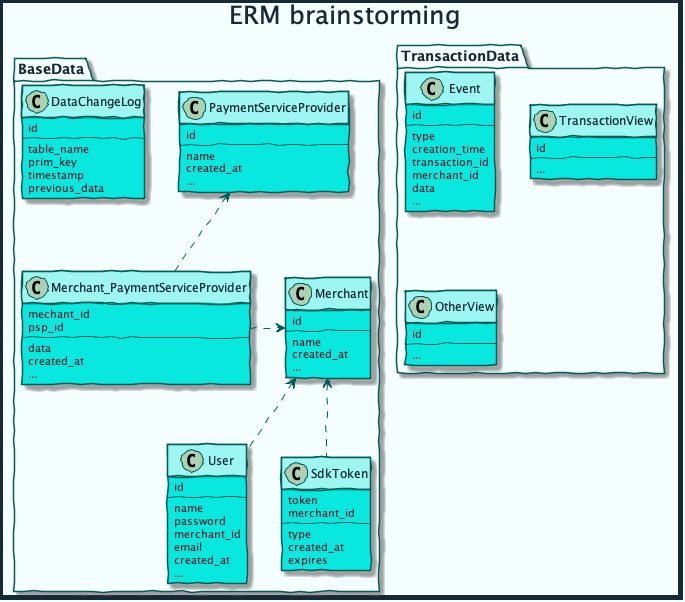
mobilabsolutions/stash-sdk-wiki keeps this PlantUML diagram as diagrams/out/erm.png. Above is the earlier version.
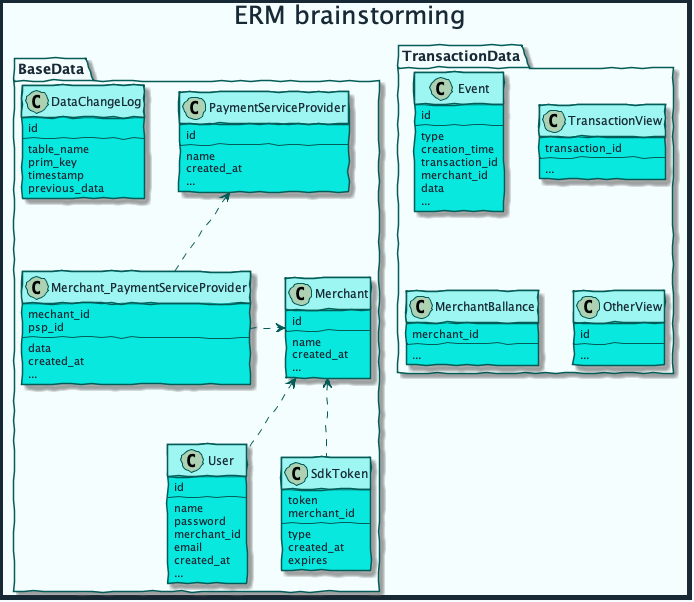
Above is the later version.

What changed in the source:
```diff
@@ -121,7 +121,13 @@
     }
 
     class TransactionView {
-        id
+        transaction_id
+        --
+        ...
+    }
+
+    class MerchantBallance {
+        merchant_id
         --
         ...
     }
```
